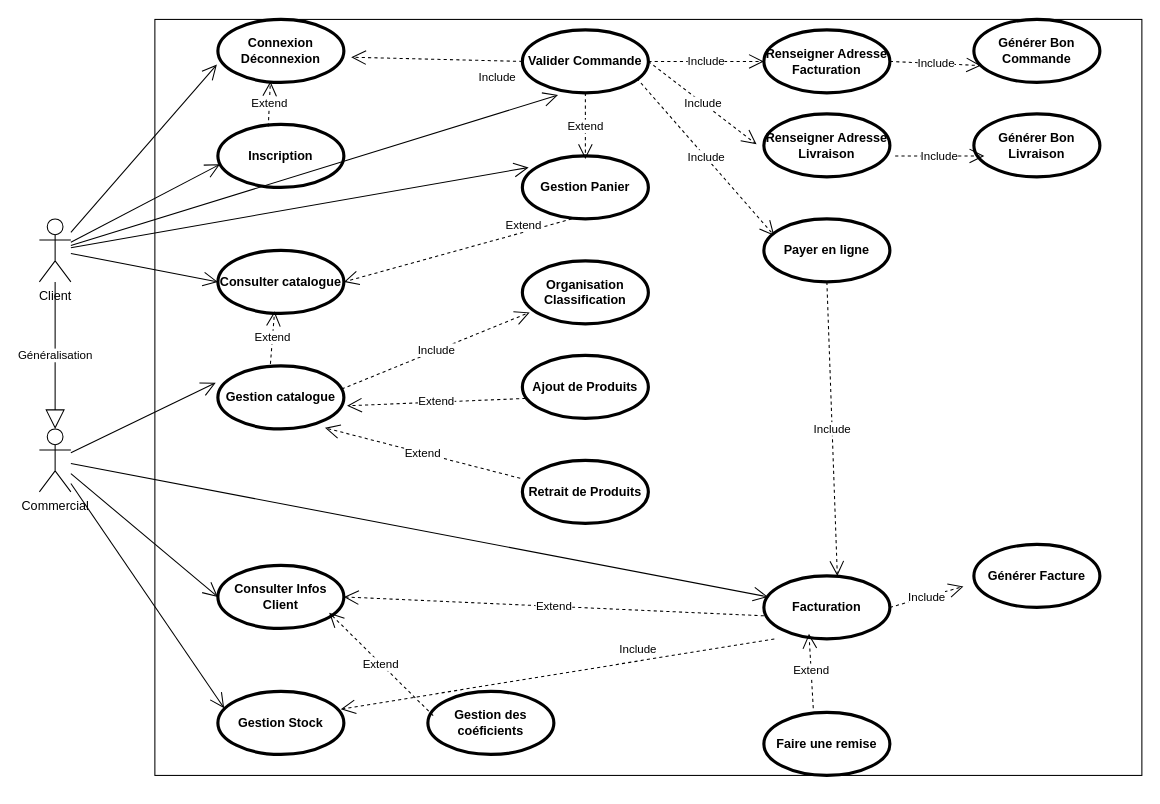
Before: fil_rouge/conception/diagrammes/cas_utilisations/cas_utilisations_valider_panier.drawio in Afpa-repo/CDA_20116-1, a draw.io diagram. Source tidied: cells renumbered, new cells numbered last; positions are measured from the earlier drawing's top-left corner, leaving out a move shared by most shapes. Both pictures are drawn from the tidied source at 105%, with x=0, y=0 at pixel (39, 19).
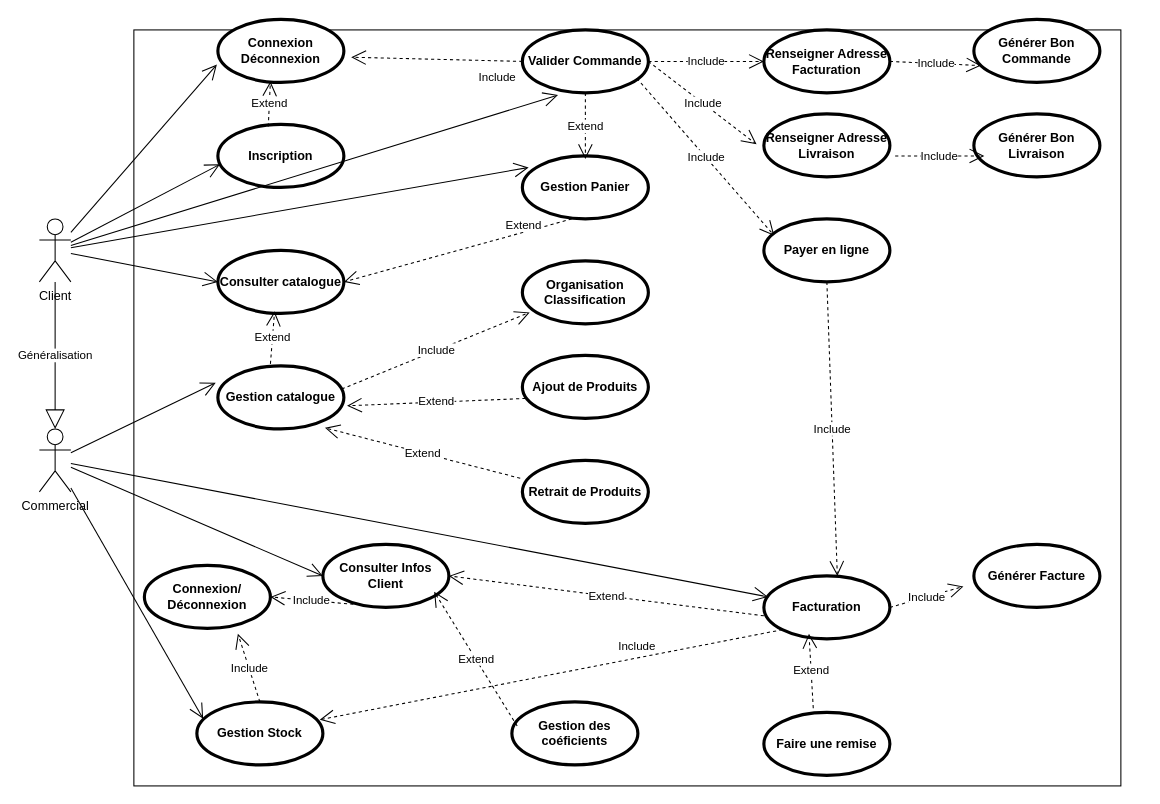
The same diagram, later.

The change refers to these unchanged cells:
```xml
<mxCell id="28" value="Facturation" style="shape=ellipse;html=1;strokeWidth=3;fontStyle=1;whiteSpace=wrap;align=center;perimeter=ellipsePerimeter;" parent="1" vertex="1">
  <mxGeometry x="690" y="530" width="120" height="60" as="geometry" />
</mxCell>
```

Change to the diagram source:
```diff
@@
     <mxCell id="2" style="rounded=0;whiteSpace=wrap;html=1;" parent="1" vertex="1">
-      <mxGeometry x="110" width="940" height="720" as="geometry" />
+      <mxGeometry x="90" y="10" width="940" height="720" as="geometry" />
     </mxCell>
@@
     <mxCell id="13" value="Gestion des coéficients" style="shape=ellipse;html=1;strokeWidth=3;fontStyle=1;whiteSpace=wrap;align=center;perimeter=ellipsePerimeter;" parent="1" vertex="1">
-      <mxGeometry x="370" y="640" width="120" height="60" as="geometry" />
+      <mxGeometry x="450" y="650" width="120" height="60" as="geometry" />
     </mxCell>
     <mxCell id="14" value="Consulter Infos Client" style="shape=ellipse;html=1;strokeWidth=3;fontStyle=1;whiteSpace=wrap;align=center;perimeter=ellipsePerimeter;" parent="1" vertex="1">
-      <mxGeometry x="170" y="520" width="120" height="60" as="geometry" />
+      <mxGeometry x="270" y="500" width="120" height="60" as="geometry" />
     </mxCell>
@@
     <mxCell id="25" value="Gestion Stock" style="shape=ellipse;html=1;strokeWidth=3;fontStyle=1;whiteSpace=wrap;align=center;perimeter=ellipsePerimeter;" parent="1" vertex="1">
-      <mxGeometry x="170" y="640" width="120" height="60" as="geometry" />
+      <mxGeometry x="150" y="650" width="120" height="60" as="geometry" />
     </mxCell>
@@
-    <mxCell id="53" value="Include" style="endArrow=open;endSize=12;dashed=1;html=1;exitX=0.083;exitY=1;exitDx=0;exitDy=0;entryX=0.975;entryY=0.283;entryDx=0;entryDy=0;entryPerimeter=0;exitPerimeter=0;" parent="1" edge="1" source="28" target="25">
+    <mxCell id="53" value="Include" style="endArrow=open;endSize=12;dashed=1;html=1;exitX=0;exitY=1;exitDx=0;exitDy=0;entryX=0.975;entryY=0.283;entryDx=0;entryDy=0;entryPerimeter=0;" parent="1" edge="1" source="28" target="25">
       <mxGeometry x="-0.38" y="-11" relative="1" as="geometry" />
     </mxCell>
+    <mxCell id="54" value="Connexion/&lt;br&gt;Déconnexion" style="shape=ellipse;html=1;strokeWidth=3;fontStyle=1;whiteSpace=wrap;align=center;perimeter=ellipsePerimeter;" parent="1" vertex="1">
+      <mxGeometry x="100" y="520" width="120" height="60" as="geometry" />
+    </mxCell>
+    <mxCell id="55" value="Include" style="endArrow=open;endSize=12;dashed=1;html=1;exitX=0.5;exitY=0;exitDx=0;exitDy=0;entryX=0.742;entryY=1.083;entryDx=0;entryDy=0;entryPerimeter=0;" parent="1" edge="1" source="25" target="54">
+      <mxGeometry relative="1" as="geometry" />
+    </mxCell>
+    <mxCell id="56" value="Include" style="endArrow=open;endSize=12;dashed=1;html=1;exitX=0.242;exitY=0.95;exitDx=0;exitDy=0;entryX=1;entryY=0.5;entryDx=0;entryDy=0;exitPerimeter=0;" parent="1" edge="1" source="14" target="54">
+      <mxGeometry relative="1" as="geometry" />
+    </mxCell>
```
